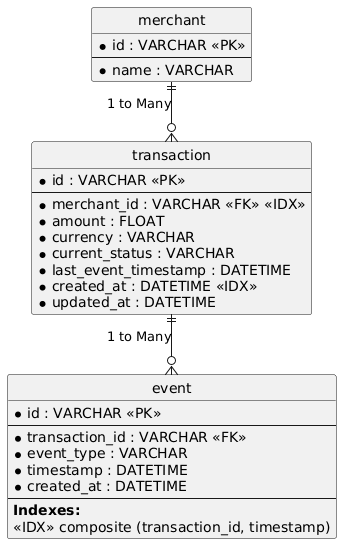
Shahad7/setu-assignment keeps this PlantUML diagram as docs/er_diagram.png. Above is the earlier version. Its source is kept beside it as docs/er_diagram.puml.
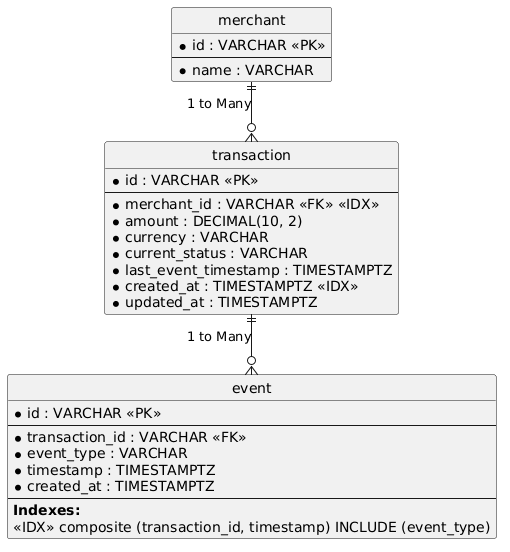
The same diagram one commit later.

The edit, as a diff of the source:
```diff
@@ -15,12 +15,12 @@
   * id : VARCHAR <<PK>>
   --
   * merchant_id : VARCHAR <<FK>> <<IDX>>
-  * amount : FLOAT
+  * amount : DECIMAL(10, 2)
   * currency : VARCHAR
   * current_status : VARCHAR
-  * last_event_timestamp : DATETIME
-  * created_at : DATETIME <<IDX>>
-  * updated_at : DATETIME
+  * last_event_timestamp : TIMESTAMPTZ
+  * created_at : TIMESTAMPTZ <<IDX>>
+  * updated_at : TIMESTAMPTZ
 }
 
 entity "event" as event {
@@ -28,11 +28,11 @@
   --
   * transaction_id : VARCHAR <<FK>>
   * event_type : VARCHAR
-  * timestamp : DATETIME
-  * created_at : DATETIME
+  * timestamp : TIMESTAMPTZ
+  * created_at : TIMESTAMPTZ
   --
   **Indexes:**
-  <<IDX>> composite (transaction_id, timestamp)
+  <<IDX>> composite (transaction_id, timestamp) INCLUDE (event_type)
 }
 
 merchant ||--o{ transaction : "1 to Many"
```
